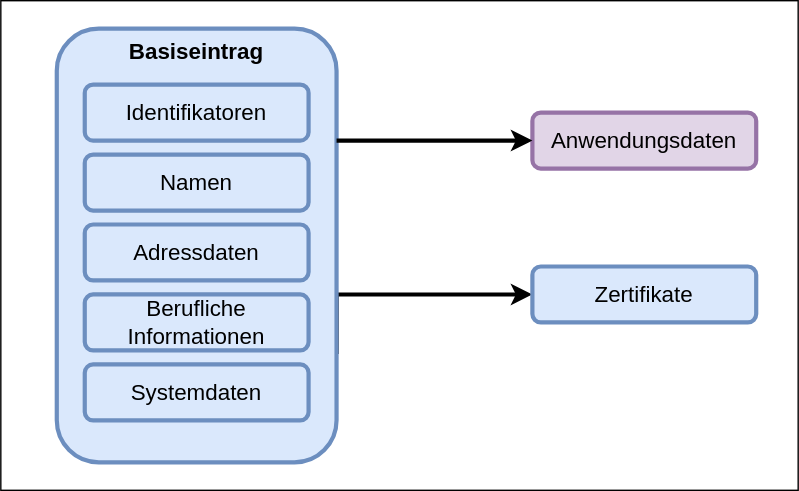
Before: images/VZD_LDAP_Directory_Datenmodell.svg, a diagram exported from draw.io (gematik/api-vzd). Source tidied: cells renumbered, new cells last; positions are measured from the earlier drawing's top-left corner, leaving out a move shared by most shapes.
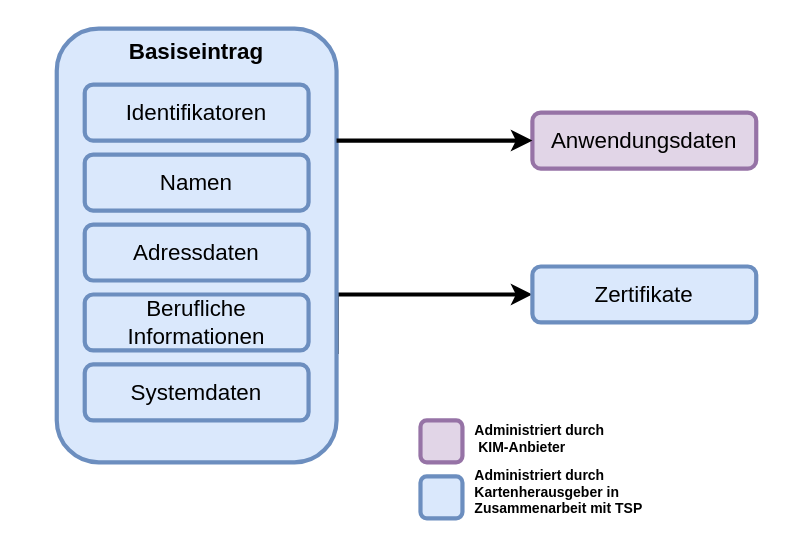
The same file after the commit.

The edit, as a diff of the source:
```diff
@@ -2,8 +2,8 @@
   <root>
     <mxCell id="0" />
     <mxCell id="1" parent="0" />
-    <mxCell id="2" style="rounded=0;whiteSpace=wrap;html=1;fontSize=16;fillColor=none;" parent="1" vertex="1">
-      <mxGeometry width="570" height="350" as="geometry" />
+    <mxCell id="2" style="rounded=0;whiteSpace=wrap;html=1;fontSize=16;strokeColor=none;fillColor=none;" parent="1" vertex="1">
+      <mxGeometry width="570" height="380" as="geometry" />
     </mxCell>
     <mxCell id="3" style="edgeStyle=orthogonalEdgeStyle;rounded=0;jettySize=auto;html=1;exitX=1;exitY=0.75;exitDx=0;exitDy=0;fontSize=16;strokeWidth=3;entryX=0;entryY=0.5;entryDx=0;entryDy=0;" parent="1" edge="1" source="4" target="6">
       <mxGeometry relative="1" as="geometry">
@@ -42,5 +42,17 @@
     <mxCell id="12" value="Berufliche Informationen" style="rounded=1;whiteSpace=wrap;html=1;fillColor=#dae8fc;strokeColor=#6c8ebf;strokeWidth=3;fontSize=16;" parent="1" vertex="1">
       <mxGeometry x="60" y="210" width="160" height="40" as="geometry" />
     </mxCell>
+    <mxCell id="13" style="rounded=1;whiteSpace=wrap;html=1;fillColor=#e1d5e7;strokeColor=#9673a6;strokeWidth=3;fontSize=16;" parent="1" vertex="1">
+      <mxGeometry x="300" y="300" width="30" height="30" as="geometry" />
+    </mxCell>
+    <mxCell id="14" style="rounded=1;whiteSpace=wrap;html=1;fillColor=#dae8fc;strokeColor=#6c8ebf;strokeWidth=3;fontSize=16;" parent="1" vertex="1">
+      <mxGeometry x="300" y="340" width="30" height="30" as="geometry" />
+    </mxCell>
+    <mxCell id="15" value="Administriert durch&lt;br&gt;&amp;nbsp;KIM-Anbieter" style="text;html=1;strokeColor=none;fillColor=none;align=left;verticalAlign=middle;whiteSpace=wrap;overflow=hidden;fontFamily=Helvetica;fontSize=10;fontColor=#000000;fontStyle=1;" parent="1" vertex="1">
+      <mxGeometry x="337" y="298" width="170" height="30" as="geometry" />
+    </mxCell>
+    <mxCell id="16" value="Administriert durch Kartenherausgeber in Zusammenarbeit mit TSP" style="text;html=1;strokeColor=none;fillColor=none;align=left;verticalAlign=middle;whiteSpace=wrap;overflow=hidden;fontFamily=Helvetica;fontSize=10;fontColor=#000000;fontStyle=1;" parent="1" vertex="1">
+      <mxGeometry x="337" y="328" width="170" height="45" as="geometry" />
+    </mxCell>
   </root>
 </mxGraphModel>
```
